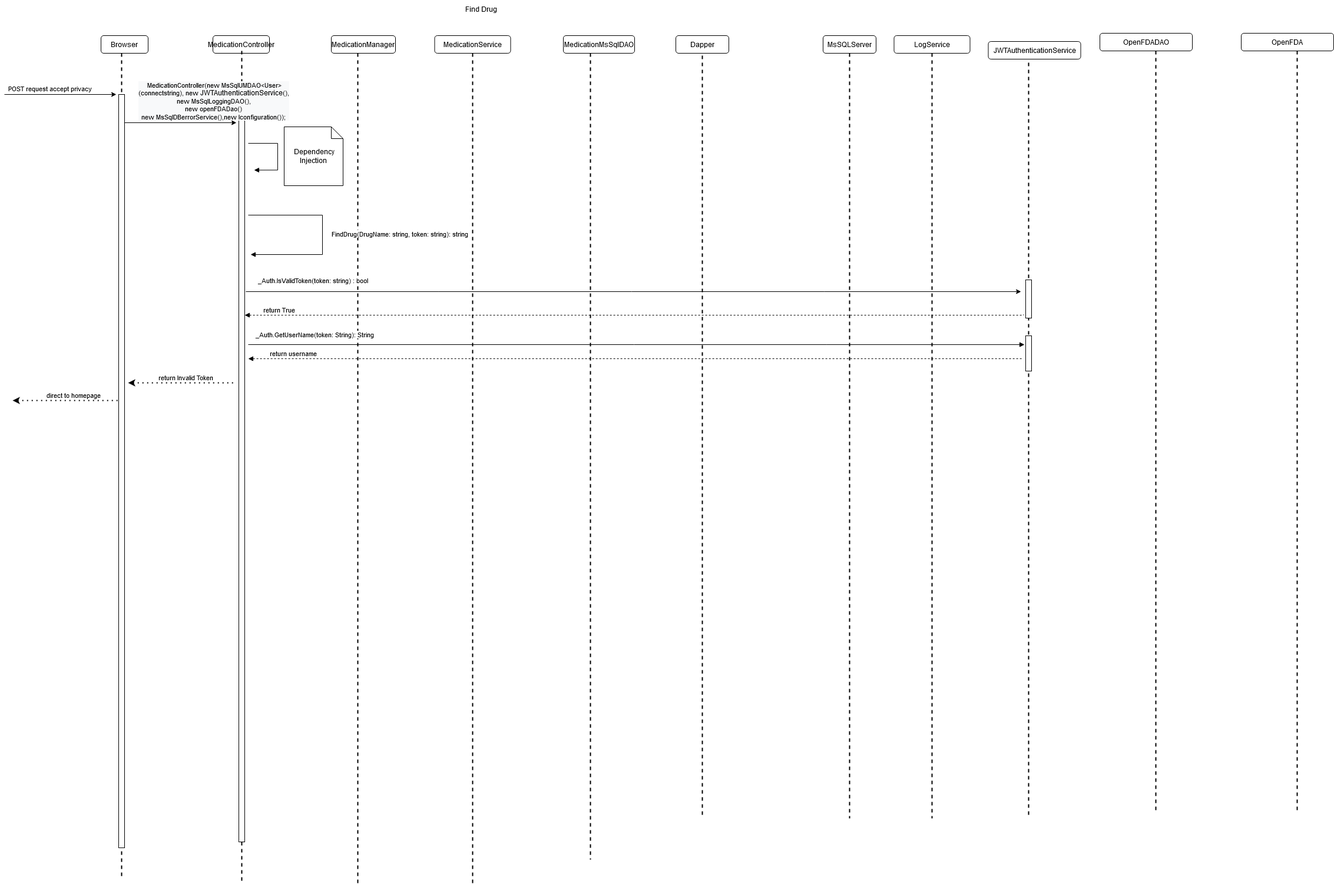
Before: Documents/Features/Feature-Medication Lookup/search medicine/MedicationSearch-findDrug InvalidToken.drawio.png, a diagram exported from draw.io (Annihilator3180/CECS-491A-Senior-Project). Source tidied: cells renumbered, new cells last; positions are measured from the earlier drawing's top-left corner, leaving out a move shared by most shapes.
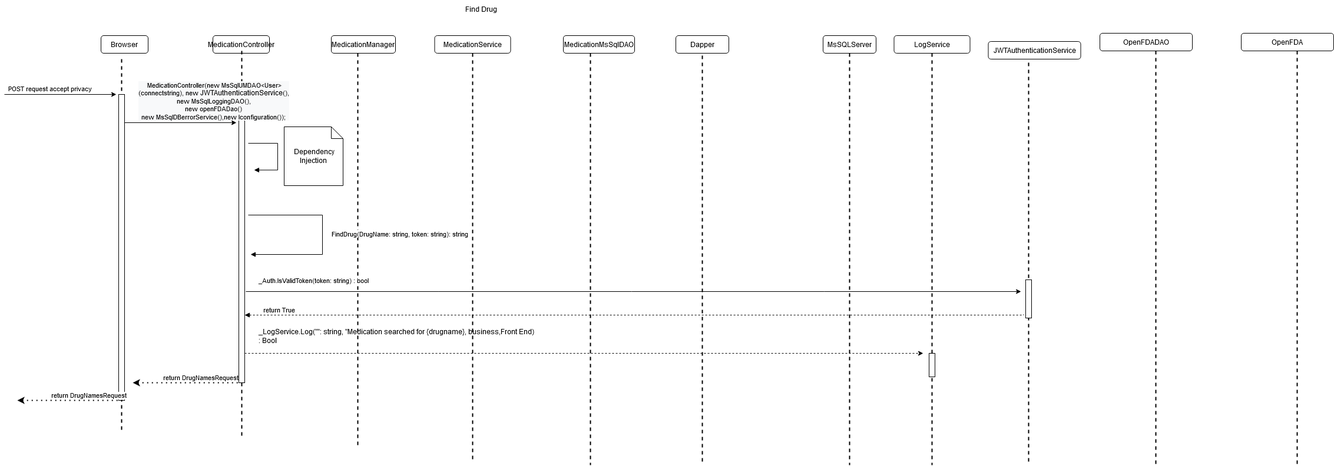
Above is the later version.

What changed in the source:
```diff
@@ -15,34 +15,34 @@
       <mxGeometry x="555" y="60" width="109" height="30" as="geometry" />
     </mxCell>
     <mxCell id="6" style="line;strokeWidth=2;direction=south;html=1;dashed=1;" parent="1" vertex="1">
-      <mxGeometry x="398" y="86" width="10" height="1414" as="geometry" />
+      <mxGeometry x="398" y="86" width="10" height="654" as="geometry" />
     </mxCell>
     <mxCell id="7" style="line;strokeWidth=2;direction=south;html=1;dashed=1;" parent="1" vertex="1">
-      <mxGeometry x="595" y="90" width="10" height="1410" as="geometry" />
+      <mxGeometry x="595" y="90" width="10" height="670" as="geometry" />
     </mxCell>
     <mxCell id="8" style="line;strokeWidth=2;direction=south;html=1;dashed=1;" parent="1" vertex="1">
-      <mxGeometry x="790" y="90" width="10" height="1410" as="geometry" />
+      <mxGeometry x="790" y="90" width="10" height="690" as="geometry" />
     </mxCell>
     <mxCell id="9" style="line;strokeWidth=2;direction=south;html=1;dashed=1;" parent="1" vertex="1">
-      <mxGeometry x="1430" y="90" width="10" height="1300" as="geometry" />
+      <mxGeometry x="1430" y="90" width="10" height="700" as="geometry" />
     </mxCell>
     <mxCell id="10" value="MedicationMsSqlDAO" style="rounded=1;whiteSpace=wrap;html=1;" parent="1" vertex="1">
       <mxGeometry x="949" y="60" width="121" height="30" as="geometry" />
     </mxCell>
     <mxCell id="11" style="line;strokeWidth=2;direction=south;html=1;dashed=1;" parent="1" vertex="1">
-      <mxGeometry x="990" y="90" width="10" height="1370" as="geometry" />
+      <mxGeometry x="990" y="90" width="10" height="700" as="geometry" />
     </mxCell>
     <mxCell id="12" style="line;strokeWidth=2;direction=south;html=1;dashed=1;" parent="1" vertex="1">
-      <mxGeometry x="1570" y="90" width="10" height="1300" as="geometry" />
+      <mxGeometry x="1570" y="90" width="10" height="700" as="geometry" />
     </mxCell>
     <mxCell id="13" value="Browser" style="rounded=1;whiteSpace=wrap;html=1;" parent="1" vertex="1">
       <mxGeometry x="164" y="60" width="80" height="30" as="geometry" />
     </mxCell>
     <mxCell id="14" style="line;strokeWidth=2;direction=south;html=1;dashed=1;" parent="1" vertex="1">
-      <mxGeometry x="194" y="90" width="10" height="1400" as="geometry" />
+      <mxGeometry x="194" y="100" width="10" height="630" as="geometry" />
     </mxCell>
     <mxCell id="15" style="html=1;perimeter=orthogonalPerimeter;" parent="1" vertex="1">
-      <mxGeometry x="194" y="160" width="10" height="1280" as="geometry" />
+      <mxGeometry x="194" y="160" width="10" height="520" as="geometry" />
     </mxCell>
     <mxCell id="16" style="endArrow=classic;html=1;rounded=0;" parent="1" edge="1">
       <mxGeometry relative="1" as="geometry">
@@ -56,10 +56,10 @@
       </mxGeometry>
     </mxCell>
     <mxCell id="18" style="line;strokeWidth=2;direction=south;html=1;dashed=1;" parent="1" vertex="1">
-      <mxGeometry x="1734" y="94" width="10" height="1296" as="geometry" />
+      <mxGeometry x="1734" y="94" width="10" height="696" as="geometry" />
     </mxCell>
     <mxCell id="19" style="line;strokeWidth=2;direction=south;html=1;dashed=1;" parent="1" vertex="1">
-      <mxGeometry x="1180" y="94" width="10" height="1296" as="geometry" />
+      <mxGeometry x="1180" y="94" width="10" height="696" as="geometry" />
     </mxCell>
     <mxCell id="20" value="Dapper" style="rounded=1;whiteSpace=wrap;html=1;" parent="1" vertex="1">
       <mxGeometry x="1140" y="60" width="90" height="30" as="geometry" />
@@ -80,7 +80,7 @@
       </mxGeometry>
     </mxCell>
     <mxCell id="25" style="html=1;perimeter=orthogonalPerimeter;" parent="1" vertex="1">
-      <mxGeometry x="398" y="190" width="10" height="1240" as="geometry" />
+      <mxGeometry x="398" y="190" width="10" height="460" as="geometry" />
     </mxCell>
     <mxCell id="26" style="endArrow=classic;html=1;rounded=0;edgeStyle=orthogonalEdgeStyle;" parent="1" edge="1">
       <mxGeometry relative="1" as="geometry">
@@ -130,41 +130,14 @@
         </Array>
       </mxGeometry>
     </mxCell>
-    <mxCell id="33" value="_Auth.GetUserName(token: String): String" style="endArrow=block;endFill=1;html=1;edgeStyle=orthogonalEdgeStyle;align=left;verticalAlign=top;rounded=0;" parent="1" edge="1">
-      <mxGeometry x="-0.98" y="30" relative="1" as="geometry">
-        <mxPoint x="414" y="585" as="sourcePoint" />
-        <mxPoint x="1732" y="585" as="targetPoint" />
-        <Array as="points">
-          <mxPoint x="1732" y="585" />
-        </Array>
-      </mxGeometry>
-    </mxCell>
-    <mxCell id="34" style="endArrow=none;endFill=0;html=1;edgeStyle=orthogonalEdgeStyle;align=left;verticalAlign=top;rounded=0;startArrow=block;startFill=1;dashed=1;" parent="1" edge="1">
-      <mxGeometry x="-1" relative="1" as="geometry">
-        <mxPoint x="414" y="609" as="sourcePoint" />
-        <mxPoint x="1730" y="610" as="targetPoint" />
-        <Array as="points">
-          <mxPoint x="553" y="608.9" />
-          <mxPoint x="553" y="608.9" />
-        </Array>
-      </mxGeometry>
-    </mxCell>
-    <mxCell id="35" value="return username" style="edgeLabel;html=1;align=left;verticalAlign=bottom;" parent="34" vertex="1">
-      <mxGeometry x="-1" relative="1" as="geometry">
-        <mxPoint x="35" as="offset" />
-      </mxGeometry>
-    </mxCell>
     <mxCell id="36" value="&lt;div style=&quot;text-align: left&quot;&gt;&lt;div style=&quot;background-color: rgb(248 , 249 , 250) ; font-family: &amp;#34;helvetica&amp;#34; ; text-align: center&quot;&gt;&amp;nbsp;MedicationController(new MsSqlUMDAO&amp;lt;User&amp;gt;&lt;br&gt;&lt;/div&gt;&lt;div style=&quot;background-color: rgb(248 , 249 , 250) ; font-family: &amp;#34;helvetica&amp;#34; ; text-align: center&quot;&gt;(connectstring), new&amp;nbsp;&lt;span style=&quot;font-size: 12px&quot;&gt;JWTAuthenticationService&lt;/span&gt;(),&lt;span style=&quot;text-align: left&quot;&gt;&lt;br&gt;&lt;/span&gt;&lt;/div&gt;&lt;div style=&quot;background-color: rgb(248 , 249 , 250) ; font-family: &amp;#34;helvetica&amp;#34; ; text-align: center&quot;&gt;&lt;span style=&quot;text-align: left&quot;&gt;new MsSqlLoggingDAO(),&lt;/span&gt;&lt;/div&gt;&lt;div style=&quot;background-color: rgb(248 , 249 , 250) ; font-family: &amp;#34;helvetica&amp;#34; ; text-align: center&quot;&gt;&lt;span style=&quot;text-align: left&quot;&gt;new openFDADao()&lt;br&gt;&lt;/span&gt;&lt;/div&gt;&lt;div style=&quot;background-color: rgb(248 , 249 , 250) ; font-family: &amp;#34;helvetica&amp;#34; ; text-align: center&quot;&gt;new MsSqlDBerrorService(),new Iconfiguration());&lt;/div&gt;&lt;/div&gt;" style="edgeLabel;html=1;align=center;verticalAlign=middle;" parent="1" vertex="1">
       <mxGeometry x="354" y="170" as="geometry" />
     </mxCell>
     <mxCell id="37" value="Find Drug" style="text;html=1;strokeColor=none;fillColor=none;align=center;verticalAlign=middle;whiteSpace=wrap;rounded=0;" parent="1" vertex="1">
       <mxGeometry x="760" width="100" height="30" as="geometry" />
     </mxCell>
-    <mxCell id="38" style="html=1;perimeter=orthogonalPerimeter;" parent="1" vertex="1">
-      <mxGeometry x="1734" y="570" width="10" height="60" as="geometry" />
-    </mxCell>
     <mxCell id="39" style="line;strokeWidth=2;direction=south;html=1;dashed=1;" parent="1" vertex="1">
-      <mxGeometry x="1950" y="86" width="10" height="1296" as="geometry" />
+      <mxGeometry x="1950" y="86" width="10" height="704" as="geometry" />
     </mxCell>
     <mxCell id="40" value="&lt;span style=&quot;text-align: left&quot;&gt;JWTAuthenticationService&lt;/span&gt;" style="rounded=1;whiteSpace=wrap;html=1;" parent="1" vertex="1">
       <mxGeometry x="1670.5" y="70" width="157" height="30" as="geometry" />
@@ -173,25 +146,40 @@
       <mxGeometry x="2100" y="56" width="157" height="30" as="geometry" />
     </mxCell>
     <mxCell id="42" style="line;strokeWidth=2;direction=south;html=1;dashed=1;" parent="1" vertex="1">
-      <mxGeometry x="2190" y="86" width="10" height="1296" as="geometry" />
+      <mxGeometry x="2190" y="86" width="10" height="704" as="geometry" />
     </mxCell>
     <mxCell id="43" style="endArrow=none;dashed=1;html=1;dashPattern=1 3;strokeWidth=2;rounded=0;startArrow=classic;startFill=1;" parent="1" edge="1">
       <mxGeometry relative="1" as="geometry">
-        <mxPoint x="210" y="650" as="sourcePoint" />
-        <mxPoint x="390" y="650" as="targetPoint" />
+        <mxPoint x="218" y="650" as="sourcePoint" />
+        <mxPoint x="398" y="650" as="targetPoint" />
       </mxGeometry>
     </mxCell>
-    <mxCell id="44" value="return Invalid Token" style="edgeLabel;html=1;align=left;verticalAlign=bottom;" parent="1" vertex="1">
-      <mxGeometry x="260" y="650" as="geometry" />
+    <mxCell id="44" value="return DrugNamesRequest" style="edgeLabel;html=1;align=left;verticalAlign=bottom;" parent="1" vertex="1">
+      <mxGeometry x="268" y="650" as="geometry" />
     </mxCell>
     <mxCell id="45" style="endArrow=none;dashed=1;html=1;dashPattern=1 3;strokeWidth=2;rounded=0;startArrow=classic;startFill=1;" parent="1" edge="1">
       <mxGeometry relative="1" as="geometry">
-        <mxPoint x="14" y="680" as="sourcePoint" />
-        <mxPoint x="194" y="680" as="targetPoint" />
+        <mxPoint x="22" y="680" as="sourcePoint" />
+        <mxPoint x="202" y="680" as="targetPoint" />
       </mxGeometry>
     </mxCell>
-    <mxCell id="46" value="direct to homepage" style="edgeLabel;html=1;align=left;verticalAlign=bottom;" parent="1" vertex="1">
-      <mxGeometry x="70" y="680" as="geometry" />
+    <mxCell id="46" value="return DrugNamesRequest" style="edgeLabel;html=1;align=left;verticalAlign=bottom;" parent="1" vertex="1">
+      <mxGeometry x="78" y="680" as="geometry" />
     </mxCell>
+    <mxCell id="47" style="endArrow=classic;html=1;rounded=0;dashed=1;" parent="1" edge="1">
+      <mxGeometry relative="1" as="geometry">
+        <mxPoint x="408" y="600" as="sourcePoint" />
+        <mxPoint x="1560" y="600" as="targetPoint" />
+        <Array as="points">
+          <mxPoint x="446" y="600" />
+        </Array>
+      </mxGeometry>
+    </mxCell>
+    <mxCell id="48" style="html=1;perimeter=orthogonalPerimeter;" parent="1" vertex="1">
+      <mxGeometry x="1570" y="600" width="10" height="40" as="geometry" />
+    </mxCell>
+    <mxCell id="49" value="&lt;div style=&quot;text-align: left&quot;&gt;&lt;div&gt;_LogService.Log(&quot;&quot;: string, &quot;Medication searched for {drugname}, business,Front End) &lt;br&gt;&lt;/div&gt;&lt;div&gt;:&amp;nbsp;Bool&lt;/div&gt;&lt;/div&gt;" style="text;whiteSpace=wrap;html=1;" parent="1" vertex="1">
+      <mxGeometry x="430" y="550" width="530" height="40" as="geometry" />
+    </mxCell>
   </root>
 </mxGraphModel>
```
